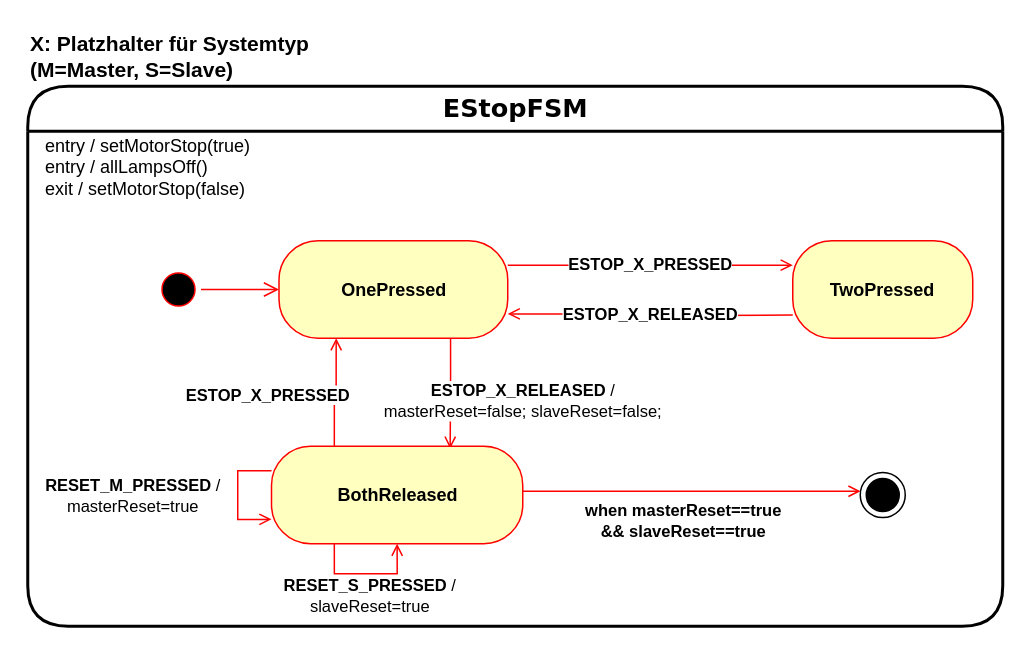
Above: page "estopp" (5 of 7) of docs/diagrams/fsm/state_machines.drawio in u2knwy/ESEP-2023SoSe-Team-2-1 (draw.io), before the change. Source tidied: cells renumbered, new cells numbered last; positions are measured from the earlier drawing's top-left corner, leaving out a move shared by most shapes. Both pictures are drawn from the tidied source at 150%, with x=0, y=0 at pixel (27, 26).
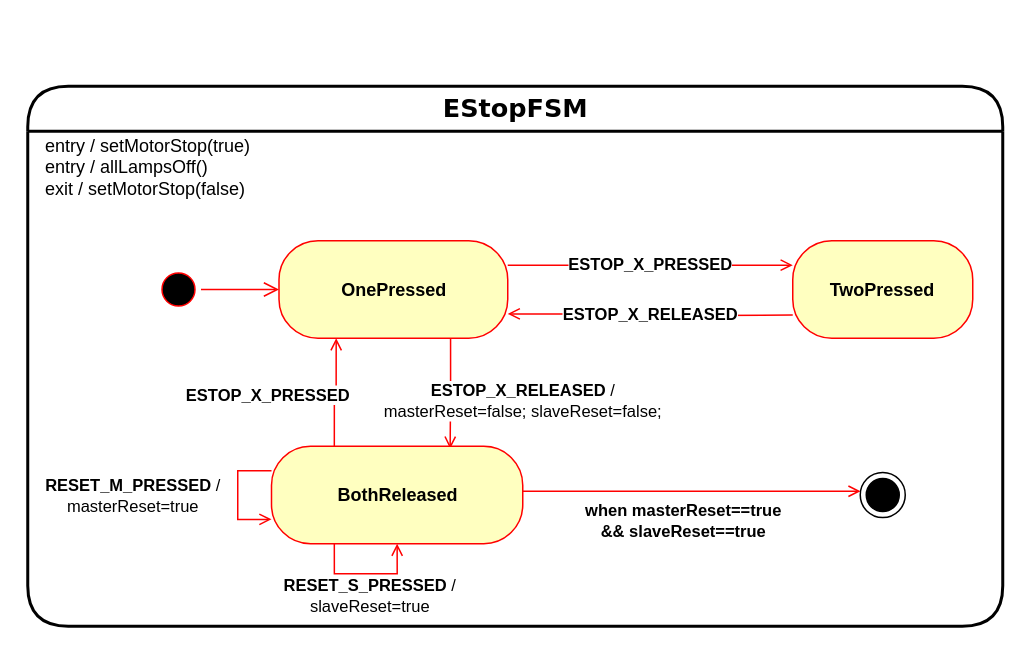
After the change.

What changed in the source:
```diff
@@
-    <mxCell id="3" value="X: Platzhalter für Systemtyp (M=Master, S=Slave)" style="text;html=1;strokeColor=none;fillColor=none;align=left;verticalAlign=middle;whiteSpace=wrap;rounded=0;fontSize=14;fontStyle=1;" parent="1" vertex="1">
-      <mxGeometry width="201" height="40" as="geometry" />
-    </mxCell>
```
